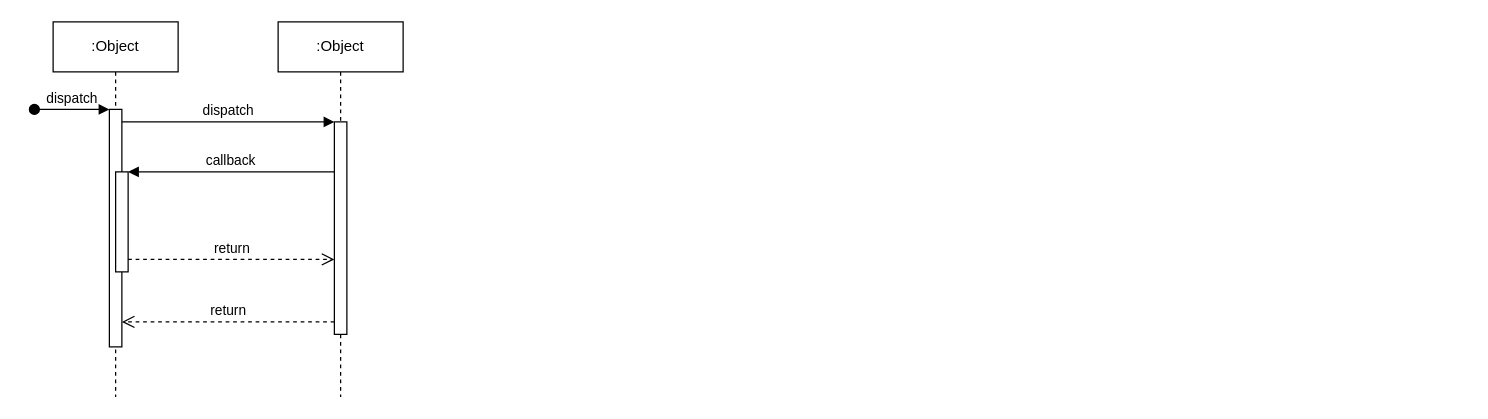
The draw.io diagram Diagrama sem nome.drawio in kaiquecandido77/TECNINFO, before the edit. Source tidied: cells renumbered, new cells numbered last; positions are measured from the earlier drawing's top-left corner, leaving out a move shared by most shapes. Both pictures are drawn from the tidied source at 125%, with x=0, y=0 at pixel (34, 21).
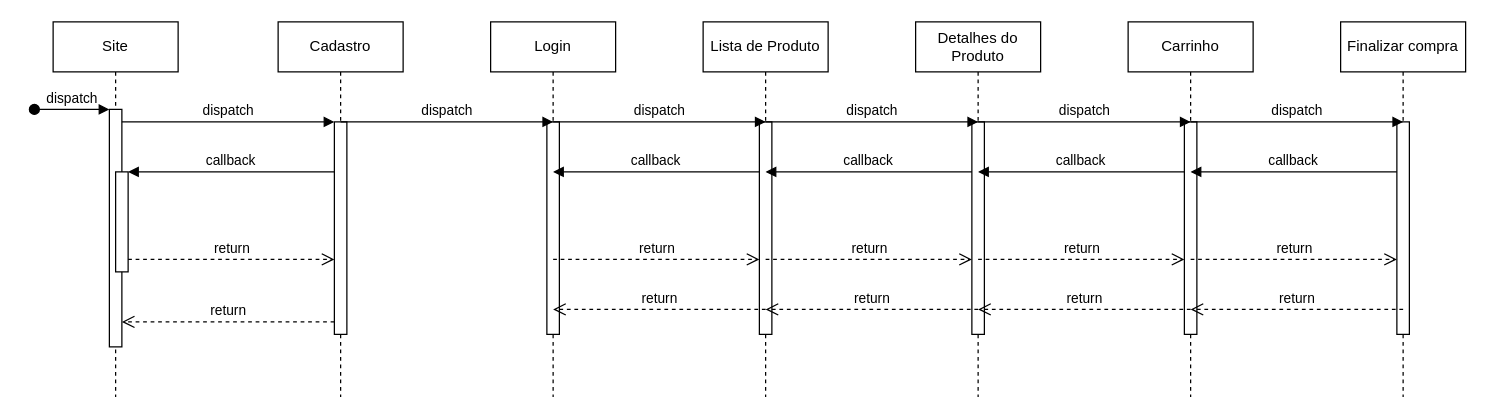
Above is the later version.

Commit message:
Actualizar Diagrama de Sequência 1.drawio

The edit, as a diff of the source:
```diff
@@
-    <mxCell id="2" value=":Object" style="shape=umlLifeline;perimeter=lifelinePerimeter;whiteSpace=wrap;html=1;newEdgeStyle={&quot;edgeStyle&quot;:&quot;elbowEdgeStyle&quot;,&quot;elbow&quot;:&quot;vertical&quot;,&quot;curved&quot;:0,&quot;rounded&quot;:0};" parent="1" vertex="1">
+    <mxCell id="2" value="Site" style="shape=umlLifeline;perimeter=lifelinePerimeter;whiteSpace=wrap;html=1;newEdgeStyle={&quot;edgeStyle&quot;:&quot;elbowEdgeStyle&quot;,&quot;elbow&quot;:&quot;vertical&quot;,&quot;curved&quot;:0,&quot;rounded&quot;:0};" parent="1" vertex="1">
       <mxGeometry x="15" width="100" height="300" as="geometry" />
     </mxCell>
@@
-    <mxCell id="6" value=":Object" style="shape=umlLifeline;perimeter=lifelinePerimeter;whiteSpace=wrap;html=1;newEdgeStyle={&quot;edgeStyle&quot;:&quot;elbowEdgeStyle&quot;,&quot;elbow&quot;:&quot;vertical&quot;,&quot;curved&quot;:0,&quot;rounded&quot;:0};" parent="1" vertex="1">
+    <mxCell id="6" value="Cadastro" style="shape=umlLifeline;perimeter=lifelinePerimeter;whiteSpace=wrap;html=1;newEdgeStyle={&quot;edgeStyle&quot;:&quot;elbowEdgeStyle&quot;,&quot;elbow&quot;:&quot;vertical&quot;,&quot;curved&quot;:0,&quot;rounded&quot;:0};" parent="1" vertex="1">
       <mxGeometry x="195" width="100" height="300" as="geometry" />
     </mxCell>
@@
+    <mxCell id="12" value="Login" style="shape=umlLifeline;perimeter=lifelinePerimeter;whiteSpace=wrap;html=1;newEdgeStyle={&quot;edgeStyle&quot;:&quot;elbowEdgeStyle&quot;,&quot;elbow&quot;:&quot;vertical&quot;,&quot;curved&quot;:0,&quot;rounded&quot;:0};" parent="1" vertex="1">
+      <mxGeometry x="365" width="100" height="300" as="geometry" />
+    </mxCell>
+    <mxCell id="13" style="html=1;perimeter=orthogonalPerimeter;targetShapes=umlLifeline;newEdgeStyle={&quot;edgeStyle&quot;:&quot;elbowEdgeStyle&quot;,&quot;elbow&quot;:&quot;vertical&quot;,&quot;curved&quot;:0,&quot;rounded&quot;:0};" parent="12" vertex="1">
+      <mxGeometry x="45" y="80" width="10" height="170" as="geometry" />
+    </mxCell>
+    <mxCell id="14" value="dispatch" style="html=1;verticalAlign=bottom;endArrow=block;edgeStyle=elbowEdgeStyle;elbow=vertical;curved=0;rounded=0;" parent="1" edge="1">
+      <mxGeometry relative="1" as="geometry">
+        <mxPoint x="245" y="80" as="sourcePoint" />
+        <mxPoint x="415" y="80" as="targetPoint" />
+        <Array as="points">
+          <mxPoint x="330" y="80" />
+        </Array>
+      </mxGeometry>
+    </mxCell>
+    <mxCell id="15" value="Lista de Produto" style="shape=umlLifeline;perimeter=lifelinePerimeter;whiteSpace=wrap;html=1;newEdgeStyle={&quot;edgeStyle&quot;:&quot;elbowEdgeStyle&quot;,&quot;elbow&quot;:&quot;vertical&quot;,&quot;curved&quot;:0,&quot;rounded&quot;:0};" parent="1" vertex="1">
+      <mxGeometry x="535" width="100" height="300" as="geometry" />
+    </mxCell>
+    <mxCell id="16" style="html=1;perimeter=orthogonalPerimeter;targetShapes=umlLifeline;newEdgeStyle={&quot;edgeStyle&quot;:&quot;elbowEdgeStyle&quot;,&quot;elbow&quot;:&quot;vertical&quot;,&quot;curved&quot;:0,&quot;rounded&quot;:0};" parent="15" vertex="1">
+      <mxGeometry x="45" y="80" width="10" height="170" as="geometry" />
+    </mxCell>
+    <mxCell id="17" value="dispatch" style="html=1;verticalAlign=bottom;endArrow=block;edgeStyle=elbowEdgeStyle;elbow=vertical;curved=0;rounded=0;" parent="1" edge="1">
+      <mxGeometry relative="1" as="geometry">
+        <mxPoint x="415" y="80" as="sourcePoint" />
+        <mxPoint x="585" y="80" as="targetPoint" />
+        <Array as="points">
+          <mxPoint x="500" y="80" />
+        </Array>
+      </mxGeometry>
+    </mxCell>
+    <mxCell id="18" value="Detalhes do Produto" style="shape=umlLifeline;perimeter=lifelinePerimeter;whiteSpace=wrap;html=1;newEdgeStyle={&quot;edgeStyle&quot;:&quot;elbowEdgeStyle&quot;,&quot;elbow&quot;:&quot;vertical&quot;,&quot;curved&quot;:0,&quot;rounded&quot;:0};" parent="1" vertex="1">
+      <mxGeometry x="705" width="100" height="300" as="geometry" />
+    </mxCell>
+    <mxCell id="19" style="html=1;perimeter=orthogonalPerimeter;targetShapes=umlLifeline;newEdgeStyle={&quot;edgeStyle&quot;:&quot;elbowEdgeStyle&quot;,&quot;elbow&quot;:&quot;vertical&quot;,&quot;curved&quot;:0,&quot;rounded&quot;:0};" parent="18" vertex="1">
+      <mxGeometry x="45" y="80" width="10" height="170" as="geometry" />
+    </mxCell>
+    <mxCell id="20" value="Carrinho" style="shape=umlLifeline;perimeter=lifelinePerimeter;whiteSpace=wrap;html=1;newEdgeStyle={&quot;edgeStyle&quot;:&quot;elbowEdgeStyle&quot;,&quot;elbow&quot;:&quot;vertical&quot;,&quot;curved&quot;:0,&quot;rounded&quot;:0};" parent="1" vertex="1">
+      <mxGeometry x="875" width="100" height="300" as="geometry" />
+    </mxCell>
+    <mxCell id="21" style="html=1;perimeter=orthogonalPerimeter;targetShapes=umlLifeline;newEdgeStyle={&quot;edgeStyle&quot;:&quot;elbowEdgeStyle&quot;,&quot;elbow&quot;:&quot;vertical&quot;,&quot;curved&quot;:0,&quot;rounded&quot;:0};" parent="20" vertex="1">
+      <mxGeometry x="45" y="80" width="10" height="170" as="geometry" />
+    </mxCell>
+    <mxCell id="22" value="Finalizar compra" style="shape=umlLifeline;perimeter=lifelinePerimeter;whiteSpace=wrap;html=1;newEdgeStyle={&quot;edgeStyle&quot;:&quot;elbowEdgeStyle&quot;,&quot;elbow&quot;:&quot;vertical&quot;,&quot;curved&quot;:0,&quot;rounded&quot;:0};" parent="1" vertex="1">
+      <mxGeometry x="1045" width="100" height="300" as="geometry" />
+    </mxCell>
+    <mxCell id="23" style="html=1;perimeter=orthogonalPerimeter;targetShapes=umlLifeline;newEdgeStyle={&quot;edgeStyle&quot;:&quot;elbowEdgeStyle&quot;,&quot;elbow&quot;:&quot;vertical&quot;,&quot;curved&quot;:0,&quot;rounded&quot;:0};" parent="22" vertex="1">
+      <mxGeometry x="45" y="80" width="10" height="170" as="geometry" />
+    </mxCell>
+    <mxCell id="24" value="callback" style="html=1;verticalAlign=bottom;endArrow=block;edgeStyle=elbowEdgeStyle;elbow=vertical;curved=0;rounded=0;" parent="1" edge="1">
+      <mxGeometry relative="1" as="geometry">
+        <mxPoint x="580" y="120" as="sourcePoint" />
+        <mxPoint x="415" y="120" as="targetPoint" />
+        <Array as="points">
+          <mxPoint x="505" y="120" />
+        </Array>
+      </mxGeometry>
+    </mxCell>
+    <mxCell id="25" value="return" style="html=1;verticalAlign=bottom;endArrow=open;dashed=1;endSize=8;edgeStyle=elbowEdgeStyle;elbow=vertical;curved=0;rounded=0;" parent="1" edge="1">
+      <mxGeometry relative="1" as="geometry">
+        <mxPoint x="415" y="190" as="sourcePoint" />
+        <mxPoint x="580" y="190" as="targetPoint" />
+        <Array as="points">
+          <mxPoint x="495" y="190" />
+        </Array>
+      </mxGeometry>
+    </mxCell>
+    <mxCell id="26" value="return" style="html=1;verticalAlign=bottom;endArrow=open;dashed=1;endSize=8;edgeStyle=elbowEdgeStyle;elbow=vertical;curved=0;rounded=0;" parent="1" edge="1">
+      <mxGeometry relative="1" as="geometry">
+        <mxPoint x="585" y="230" as="sourcePoint" />
+        <mxPoint x="415" y="230" as="targetPoint" />
+        <Array as="points">
+          <mxPoint x="510" y="230" />
+        </Array>
+      </mxGeometry>
+    </mxCell>
+    <mxCell id="27" value="dispatch" style="html=1;verticalAlign=bottom;endArrow=block;edgeStyle=elbowEdgeStyle;elbow=vertical;curved=0;rounded=0;" parent="1" edge="1">
+      <mxGeometry relative="1" as="geometry">
+        <mxPoint x="585" y="80" as="sourcePoint" />
+        <mxPoint x="755" y="80" as="targetPoint" />
+        <Array as="points">
+          <mxPoint x="670" y="80" />
+        </Array>
+      </mxGeometry>
+    </mxCell>
+    <mxCell id="28" value="callback" style="html=1;verticalAlign=bottom;endArrow=block;edgeStyle=elbowEdgeStyle;elbow=vertical;curved=0;rounded=0;" parent="1" edge="1">
+      <mxGeometry relative="1" as="geometry">
+        <mxPoint x="750" y="120" as="sourcePoint" />
+        <mxPoint x="585" y="120" as="targetPoint" />
+        <Array as="points">
+          <mxPoint x="675" y="120" />
+        </Array>
+      </mxGeometry>
+    </mxCell>
+    <mxCell id="29" value="return" style="html=1;verticalAlign=bottom;endArrow=open;dashed=1;endSize=8;edgeStyle=elbowEdgeStyle;elbow=vertical;curved=0;rounded=0;" parent="1" edge="1">
+      <mxGeometry relative="1" as="geometry">
+        <mxPoint x="585" y="190" as="sourcePoint" />
+        <mxPoint x="750" y="190" as="targetPoint" />
+        <Array as="points">
+          <mxPoint x="665" y="190" />
+        </Array>
+      </mxGeometry>
+    </mxCell>
+    <mxCell id="30" value="return" style="html=1;verticalAlign=bottom;endArrow=open;dashed=1;endSize=8;edgeStyle=elbowEdgeStyle;elbow=vertical;curved=0;rounded=0;" parent="1" edge="1">
+      <mxGeometry relative="1" as="geometry">
+        <mxPoint x="755" y="230" as="sourcePoint" />
+        <mxPoint x="585" y="230" as="targetPoint" />
+        <Array as="points">
+          <mxPoint x="680" y="230" />
+        </Array>
+      </mxGeometry>
+    </mxCell>
+    <mxCell id="31" value="dispatch" style="html=1;verticalAlign=bottom;endArrow=block;edgeStyle=elbowEdgeStyle;elbow=vertical;curved=0;rounded=0;" parent="1" edge="1">
+      <mxGeometry relative="1" as="geometry">
+        <mxPoint x="755" y="80" as="sourcePoint" />
+        <mxPoint x="925" y="80" as="targetPoint" />
+        <Array as="points">
+          <mxPoint x="840" y="80" />
+        </Array>
+      </mxGeometry>
+    </mxCell>
+    <mxCell id="32" value="callback" style="html=1;verticalAlign=bottom;endArrow=block;edgeStyle=elbowEdgeStyle;elbow=vertical;curved=0;rounded=0;" parent="1" edge="1">
+      <mxGeometry relative="1" as="geometry">
+        <mxPoint x="920" y="120" as="sourcePoint" />
+        <mxPoint x="755" y="120" as="targetPoint" />
+        <Array as="points">
+          <mxPoint x="845" y="120" />
+        </Array>
+      </mxGeometry>
+    </mxCell>
+    <mxCell id="33" value="return" style="html=1;verticalAlign=bottom;endArrow=open;dashed=1;endSize=8;edgeStyle=elbowEdgeStyle;elbow=vertical;curved=0;rounded=0;" parent="1" edge="1">
+      <mxGeometry relative="1" as="geometry">
+        <mxPoint x="755" y="190" as="sourcePoint" />
+        <mxPoint x="920" y="190" as="targetPoint" />
+        <Array as="points">
+          <mxPoint x="835" y="190" />
+        </Array>
+      </mxGeometry>
+    </mxCell>
+    <mxCell id="34" value="return" style="html=1;verticalAlign=bottom;endArrow=open;dashed=1;endSize=8;edgeStyle=elbowEdgeStyle;elbow=vertical;curved=0;rounded=0;" parent="1" edge="1">
+      <mxGeometry relative="1" as="geometry">
+        <mxPoint x="925" y="230" as="sourcePoint" />
+        <mxPoint x="755" y="230" as="targetPoint" />
+        <Array as="points">
+          <mxPoint x="850" y="230" />
+        </Array>
+      </mxGeometry>
+    </mxCell>
+    <mxCell id="35" value="dispatch" style="html=1;verticalAlign=bottom;endArrow=block;edgeStyle=elbowEdgeStyle;elbow=vertical;curved=0;rounded=0;" parent="1" edge="1">
+      <mxGeometry relative="1" as="geometry">
+        <mxPoint x="925" y="80" as="sourcePoint" />
+        <mxPoint x="1095" y="80" as="targetPoint" />
+        <Array as="points">
+          <mxPoint x="1010" y="80" />
+        </Array>
+      </mxGeometry>
+    </mxCell>
+    <mxCell id="36" value="callback" style="html=1;verticalAlign=bottom;endArrow=block;edgeStyle=elbowEdgeStyle;elbow=vertical;curved=0;rounded=0;" parent="1" edge="1">
+      <mxGeometry relative="1" as="geometry">
+        <mxPoint x="1090" y="120" as="sourcePoint" />
+        <mxPoint x="925" y="120" as="targetPoint" />
+        <Array as="points">
+          <mxPoint x="1015" y="120" />
+        </Array>
+      </mxGeometry>
+    </mxCell>
+    <mxCell id="37" value="return" style="html=1;verticalAlign=bottom;endArrow=open;dashed=1;endSize=8;edgeStyle=elbowEdgeStyle;elbow=vertical;curved=0;rounded=0;" parent="1" edge="1">
+      <mxGeometry relative="1" as="geometry">
+        <mxPoint x="925" y="190" as="sourcePoint" />
+        <mxPoint x="1090" y="190" as="targetPoint" />
+        <Array as="points">
+          <mxPoint x="1005" y="190" />
+        </Array>
+      </mxGeometry>
+    </mxCell>
+    <mxCell id="38" value="return" style="html=1;verticalAlign=bottom;endArrow=open;dashed=1;endSize=8;edgeStyle=elbowEdgeStyle;elbow=vertical;curved=0;rounded=0;" parent="1" edge="1">
+      <mxGeometry relative="1" as="geometry">
+        <mxPoint x="1095" y="230" as="sourcePoint" />
+        <mxPoint x="925" y="230" as="targetPoint" />
+        <Array as="points">
+          <mxPoint x="1020" y="230" />
+        </Array>
+      </mxGeometry>
+    </mxCell>
```
